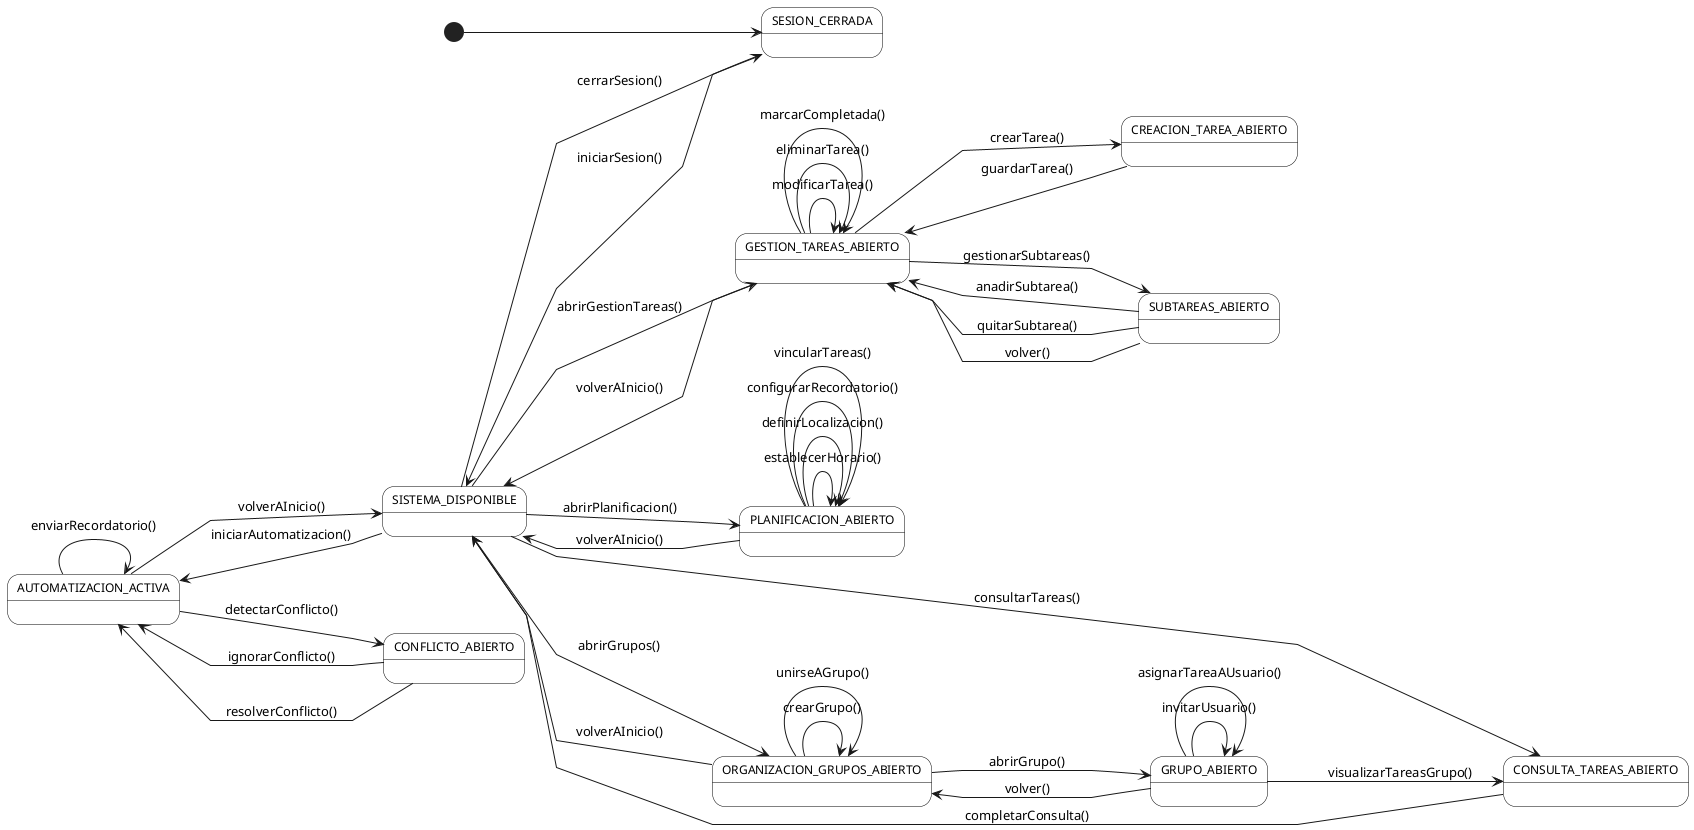
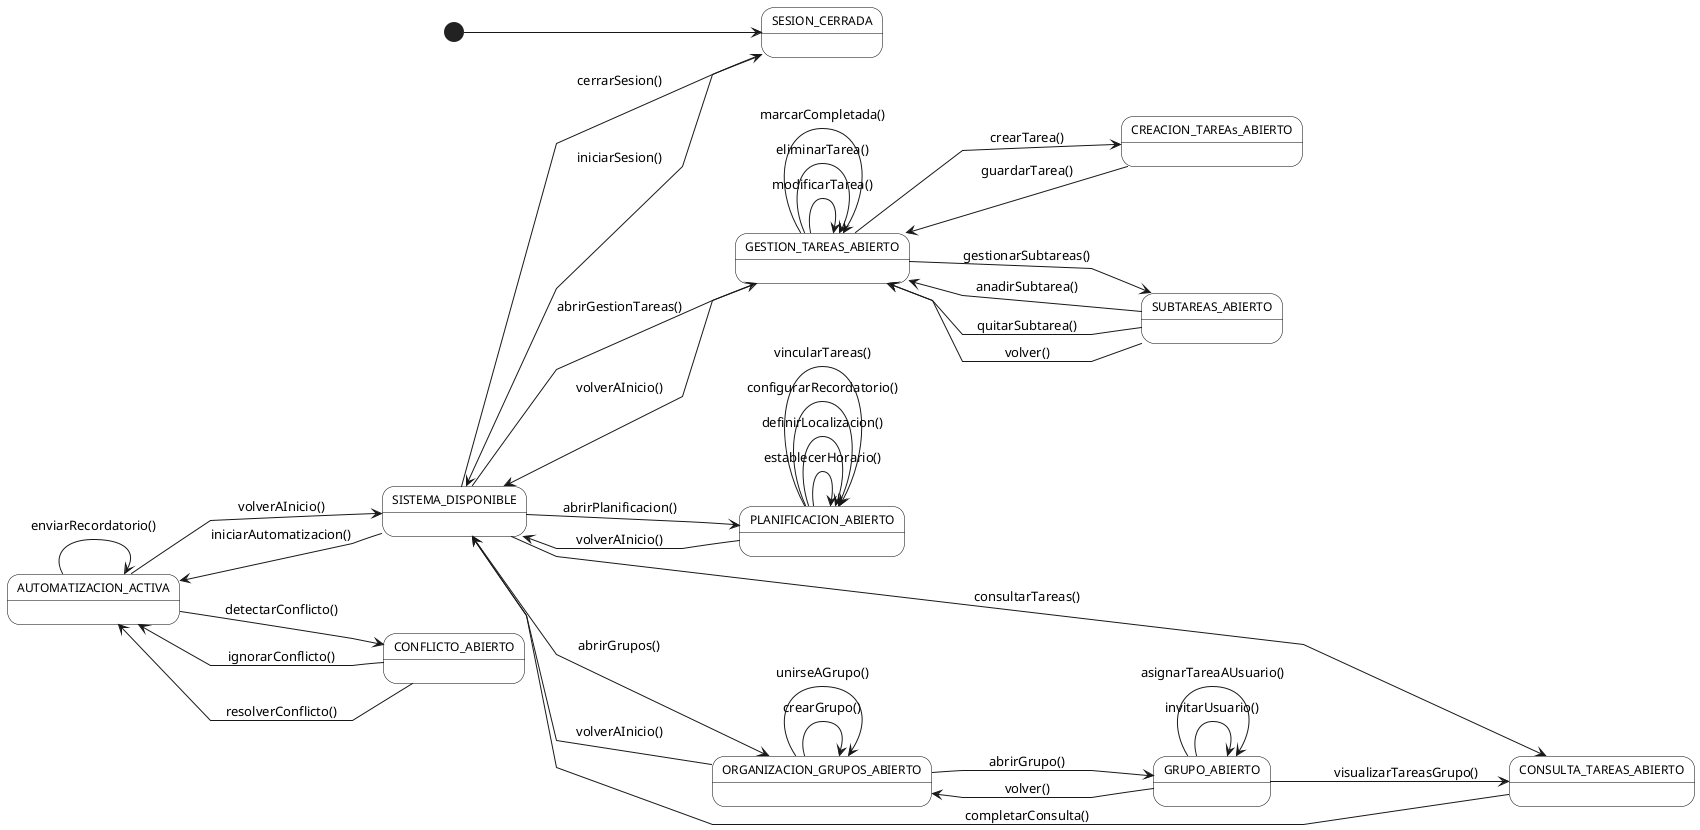
@startuml DiagramaDeContexto
left to right direction
skinparam linetype polyline
skinparam state {
  BackgroundColor White
  BorderColor Black
  FontName Arial
  FontSize 12
}

state "SESION_CERRADA" as NoAuth
state "SISTEMA_DISPONIBLE" as Menu

state "GESTION_TAREAS_ABIERTO" as ListTareas
- state "CREACION_TAREA_ABIERTO" as NewTarea
+ state "CREACION_TAREAs_ABIERTO" as NewTarea
state "SUBTAREAS_ABIERTO" as EditSubtareas

state "PLANIFICACION_ABIERTO" as EditDetalles

state "ORGANIZACION_GRUPOS_ABIERTO" as ListGrupos
state "GRUPO_ABIERTO" as EditGrupo

state "AUTOMATIZACION_ACTIVA" as Auto
state "CONFLICTO_ABIERTO" as Conflict

state "CONSULTA_TAREAS_ABIERTO" as Consulta

[*] --> NoAuth

NoAuth -right-> Menu : iniciarSesion()

Menu -down-> NoAuth : cerrarSesion()

Menu --> ListTareas: abrirGestionTareas()
Menu --> EditDetalles: abrirPlanificacion()
Menu --> ListGrupos: abrirGrupos()
Menu --> Auto: iniciarAutomatizacion()
Menu --> Consulta: consultarTareas()

ListTareas --> Menu: volverAInicio()
EditDetalles --> Menu: volverAInicio()
ListGrupos --> Menu: volverAInicio()
Auto --> Menu: volverAInicio()
Consulta --> Menu: completarConsulta()

ListTareas --> NewTarea: crearTarea()
ListTareas --> ListTareas: modificarTarea()
ListTareas --> ListTareas: eliminarTarea()
ListTareas --> ListTareas: marcarCompletada()

NewTarea --> ListTareas: guardarTarea()

ListTareas --> EditSubtareas: gestionarSubtareas()
EditSubtareas --> ListTareas: anadirSubtarea()
EditSubtareas --> ListTareas: quitarSubtarea()
EditSubtareas --> ListTareas: volver()

EditDetalles --> EditDetalles: establecerHorario()
EditDetalles --> EditDetalles: definirLocalizacion()
EditDetalles --> EditDetalles: configurarRecordatorio()
EditDetalles --> EditDetalles: vincularTareas()

ListGrupos --> ListGrupos: crearGrupo()
ListGrupos --> ListGrupos: unirseAGrupo()

ListGrupos --> EditGrupo: abrirGrupo()
EditGrupo --> ListGrupos: volver()

EditGrupo --> EditGrupo: invitarUsuario()
EditGrupo --> EditGrupo: asignarTareaAUsuario()
EditGrupo --> Consulta: visualizarTareasGrupo()

Auto --> Auto: enviarRecordatorio()
Auto -right-> Conflict: detectarConflicto()

Conflict -down-> Auto: resolverConflicto()
Conflict -up-> Auto: ignorarConflicto()

@enduml